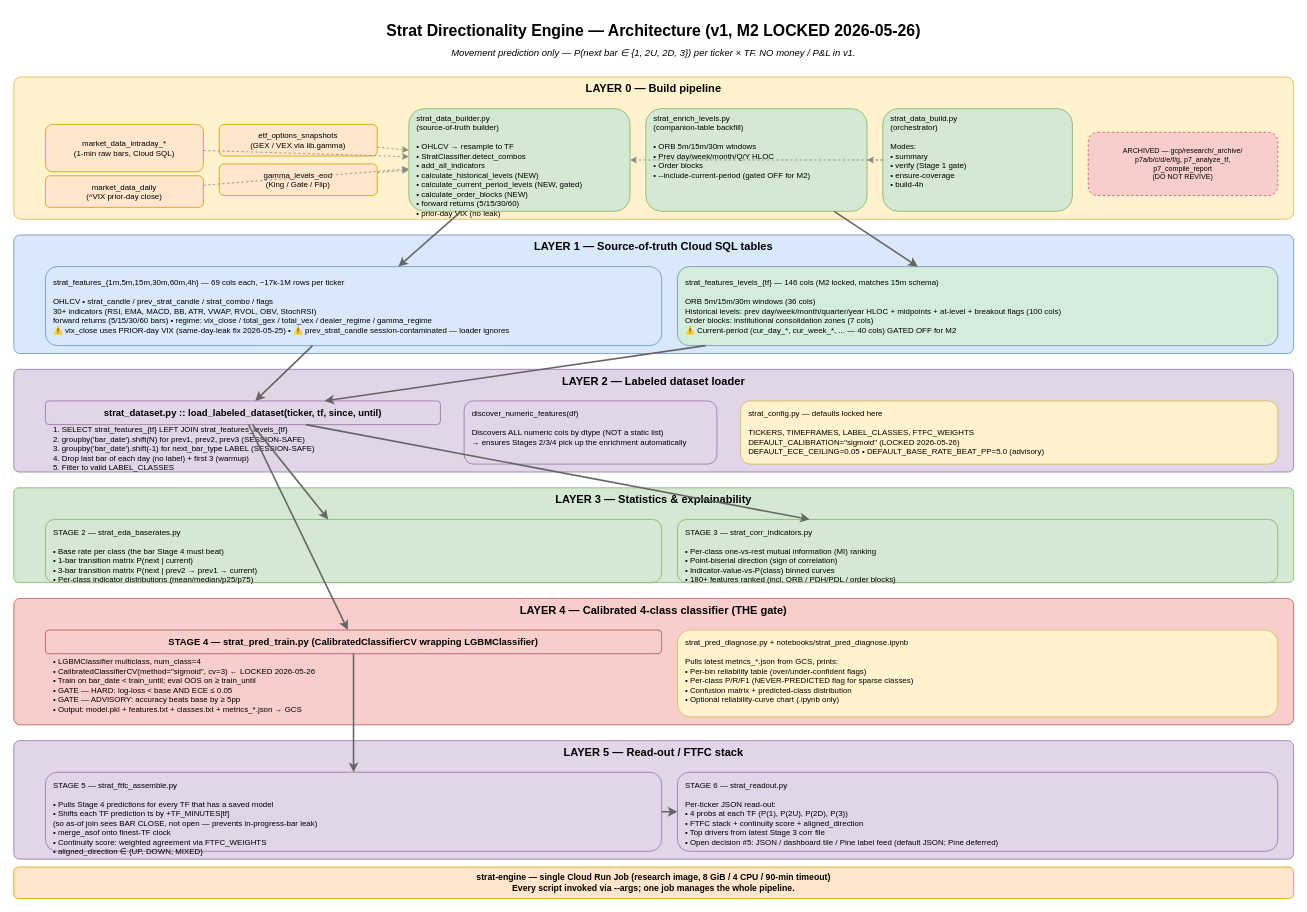
The draw.io diagram docs/STRAT_ENGINE_ARCHITECTURE.drawio in TeneikaAskew/stocks, before the edit. Source tidied: cells renumbered, new cells numbered last; positions are measured from the earlier drawing's top-left corner, leaving out a move shared by most shapes. Both pictures are drawn from the tidied source at 79%, with x=0, y=0 at pixel (13, 13).
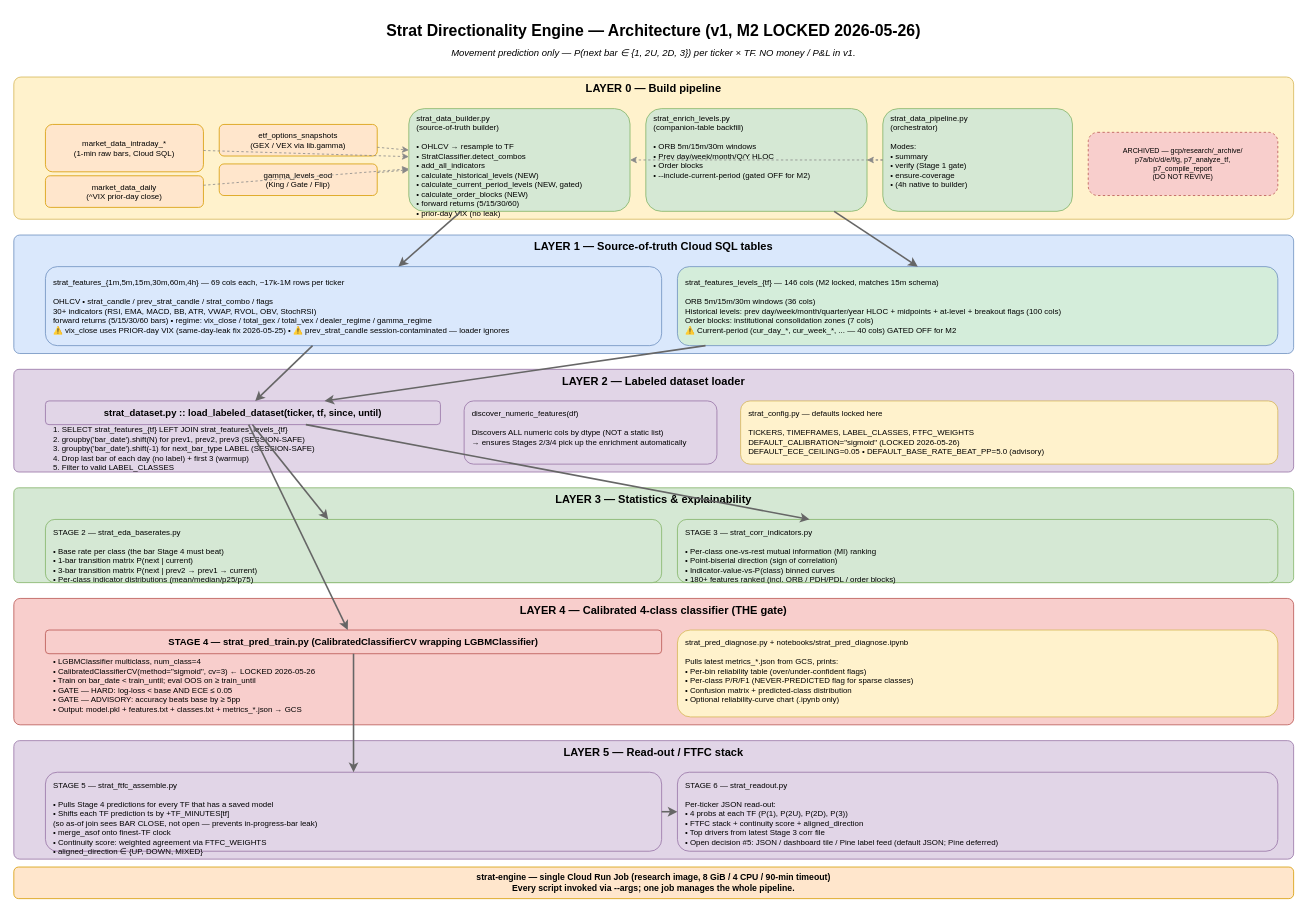
The same page after the edit.

Commit message (it also covers changes not shown here):
strat_engine: rename data_build → data_pipeline + move 4h into builder

Change to the diagram source:
```diff
@@
-    <mxCell id="11" value="strat_data_build.py&#10;(orchestrator)&#10;&#10;Modes:&#10;• summary&#10;• verify (Stage 1 gate)&#10;• ensure-coverage&#10;• build-4h" style="rounded=1;whiteSpace=wrap;html=1;fillColor=#d5e8d4;strokeColor=#82b366;fontSize=10;verticalAlign=top;align=left;spacingLeft=8;" parent="1" vertex="1">
+    <mxCell id="11" value="strat_data_pipeline.py&#10;(orchestrator)&#10;&#10;Modes:&#10;• summary&#10;• verify (Stage 1 gate)&#10;• ensure-coverage&#10;• (4h native to builder)" style="rounded=1;whiteSpace=wrap;html=1;fillColor=#d5e8d4;strokeColor=#82b366;fontSize=10;verticalAlign=top;align=left;spacingLeft=8;" parent="1" vertex="1">
       <mxGeometry x="1100" y="120" width="240" height="130" as="geometry" />
     </mxCell>
```
